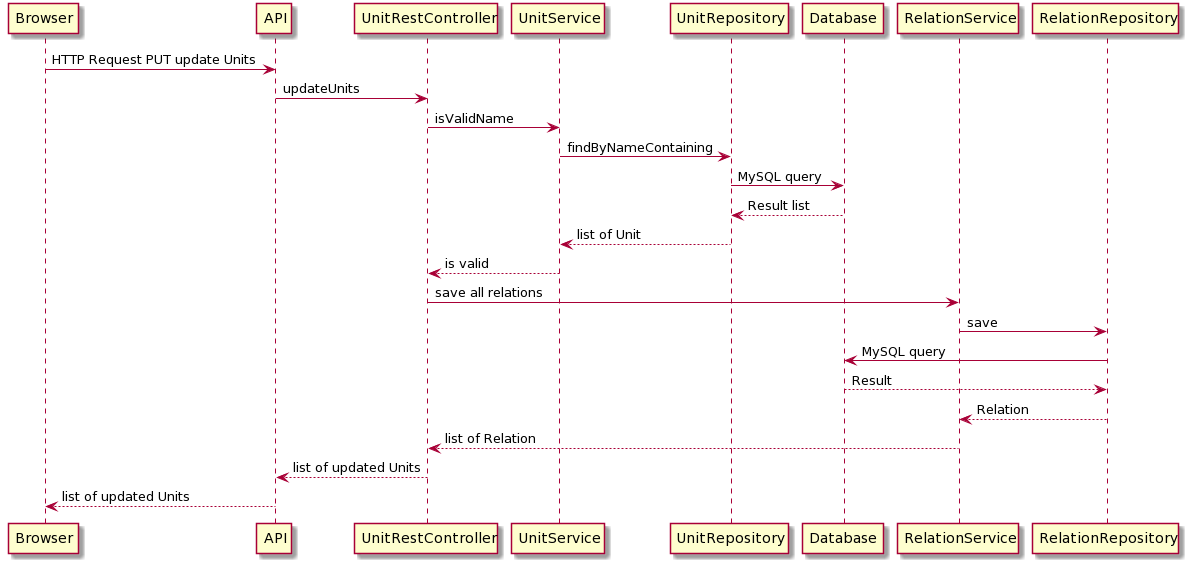
Earlier version of the PlantUML export resources/diagrams/sequence/createRelation.png (codeurjc/santatecla). The source it was exported from:
```plantuml
@startuml
Browser -> API: HTTP Request PUT update Units
API -> UnitRestController: updateUnits
UnitRestController -> UnitService: isValidName
UnitService -> UnitRepository: findByNameContaining
UnitRepository -> Database: MySQL query
Database --> UnitRepository: Result list
UnitRepository --> UnitService: list of Unit
UnitService --> UnitRestController: is valid
UnitRestController -> RelationService: save all relations
RelationService -> RelationRepository: save
RelationRepository -> Database: MySQL query
Database --> RelationRepository: Result
RelationRepository --> RelationService: Relation
RelationService --> UnitRestController: list of Relation
UnitRestController --> API: list of updated Units
API --> Browser: list of updated Units
@enduml
```
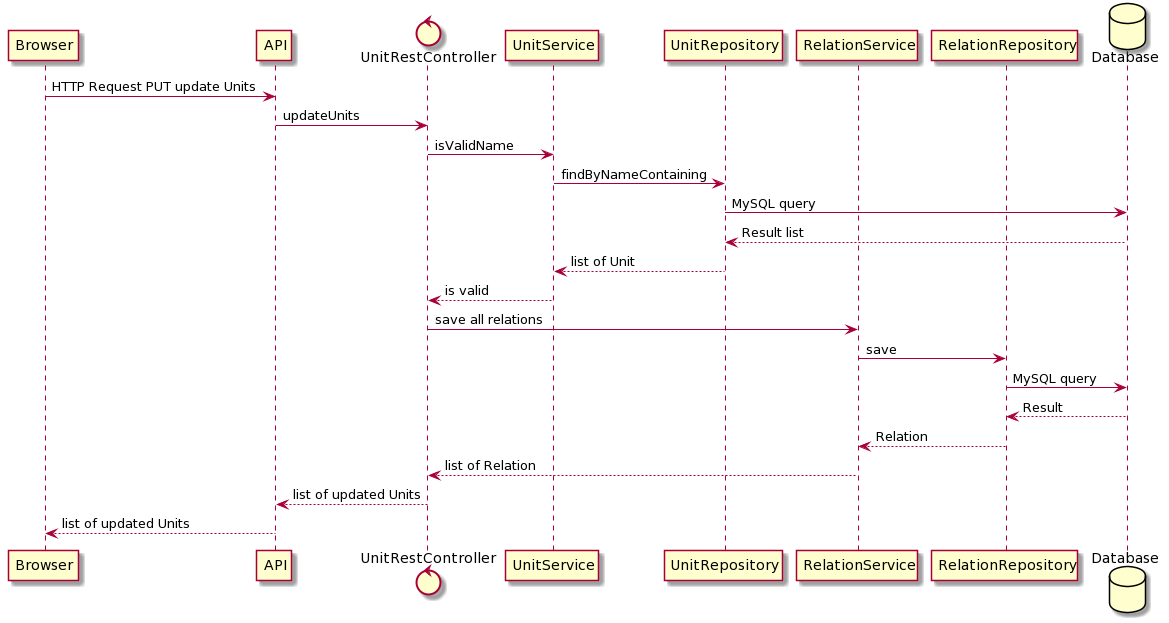
After the change.

Commit message:
refactor: sequence diagrams

Change to the diagram source:
```diff
@@ -1,4 +1,13 @@
 @startuml
+participant Browser
+participant API
+control UnitRestController
+participant UnitService
+participant UnitRepository
+participant RelationService
+participant RelationRepository
+database Database
+
 Browser -> API: HTTP Request PUT update Units
 API -> UnitRestController: updateUnits
 UnitRestController -> UnitService: isValidName
```
